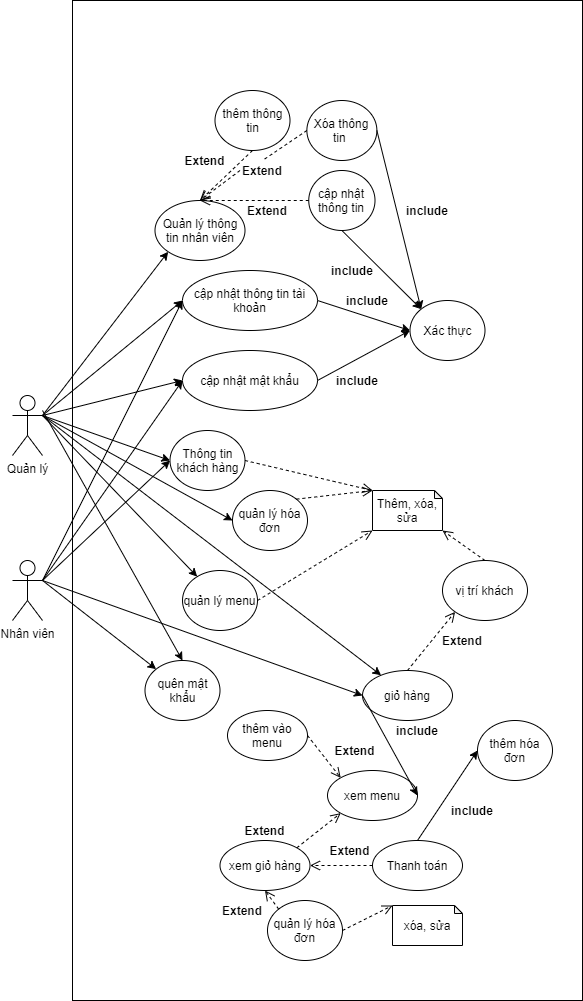
The draw.io diagram Sơ đồ/all.png in 518H0090/FinalProjectAndroid, before a commit. Source tidied: cells renumbered, new cells last; positions are measured from the earlier drawing's top-left corner, leaving out a move shared by most shapes.
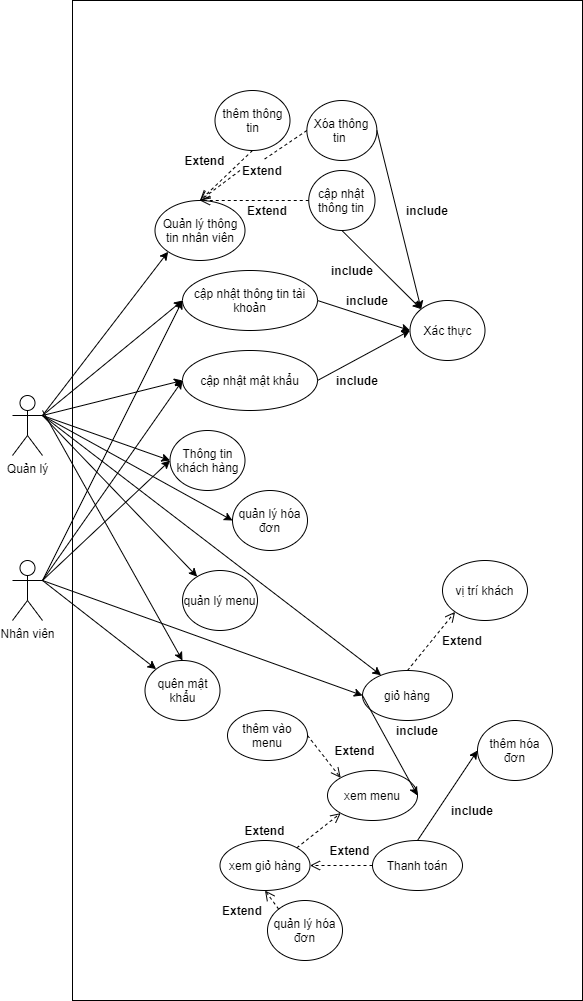
After the change.

Commit message:
mô tả sơ bộ về chức năng

What changed in the source:
```diff
@@ -23,12 +23,6 @@
     <mxCell id="8" style="endArrow=classic;html=1;exitX=1;exitY=0.3333333333333333;exitDx=0;exitDy=0;exitPerimeter=0;" parent="1" edge="1" source="3" target="5">
       <mxGeometry relative="1" as="geometry" />
     </mxCell>
-    <mxCell id="9" style="html=1;verticalAlign=bottom;endArrow=open;dashed=1;endSize=8;entryX=1;entryY=1;entryDx=0;entryDy=0;entryPerimeter=0;exitX=0.5;exitY=0;exitDx=0;exitDy=0;" parent="1" edge="1" source="6" target="60">
-      <mxGeometry relative="1" as="geometry" />
-    </mxCell>
-    <mxCell id="10" style="html=1;verticalAlign=bottom;endArrow=open;dashed=1;endSize=8;entryX=0;entryY=1;entryDx=0;entryDy=0;exitX=1;exitY=0.5;exitDx=0;exitDy=0;entryPerimeter=0;" parent="1" edge="1" source="5" target="60">
-      <mxGeometry relative="1" as="geometry" />
-    </mxCell>
     <mxCell id="11" value="cập nhật thông tin tài khoản" style="ellipse;whiteSpace=wrap;html=1;" parent="1" vertex="1">
       <mxGeometry x="170" y="270" width="135" height="60" as="geometry" />
     </mxCell>
@@ -41,9 +35,6 @@
     <mxCell id="14" value="Thông tin khách hàng" style="ellipse;whiteSpace=wrap;html=1;" parent="1" vertex="1">
       <mxGeometry x="157.5" y="430" width="75" height="60" as="geometry" />
     </mxCell>
-    <mxCell id="15" style="html=1;verticalAlign=bottom;endArrow=open;dashed=1;endSize=8;exitX=1;exitY=0.5;exitDx=0;exitDy=0;entryX=0;entryY=0;entryDx=0;entryDy=0;entryPerimeter=0;" parent="1" edge="1" source="14" target="60">
-      <mxGeometry relative="1" as="geometry" />
-    </mxCell>
     <mxCell id="16" style="endArrow=classic;html=1;exitX=1;exitY=0.3333333333333333;exitDx=0;exitDy=0;exitPerimeter=0;entryX=0;entryY=0.5;entryDx=0;entryDy=0;" parent="1" edge="1" source="3" target="14">
       <mxGeometry relative="1" as="geometry" />
     </mxCell>
@@ -116,11 +107,11 @@
     <mxCell id="39" style="html=1;verticalAlign=bottom;endArrow=open;dashed=1;endSize=8;exitX=0;exitY=0.5;exitDx=0;exitDy=0;entryX=0.5;entryY=0;entryDx=0;entryDy=0;startArrow=none;" parent="1" edge="1" source="44" target="4">
       <mxGeometry relative="1" as="geometry" />
     </mxCell>
-    <mxCell id="40" style="html=1;verticalAlign=bottom;endArrow=open;dashed=1;endSize=8;exitX=0;exitY=0.5;exitDx=0;exitDy=0;" parent="1" edge="1" source="34">
-      <mxGeometry relative="1" as="geometry">
-        <mxPoint x="187.5" y="200" as="targetPoint" />
-      </mxGeometry>
-    </mxCell>
+    <mxCell id="73" style="html=1;verticalAlign=bottom;endArrow=open;dashed=1;endSize=8;exitX=0;exitY=0.5;exitDx=0;exitDy=0;" parent="1" edge="1" source="34">
+      <mxGeometry relative="1" as="geometry">
+        <mxPoint x="187.5" y="200" as="targetPoint" />
+      </mxGeometry>
+    </mxCell>
     <mxCell id="41" style="html=1;verticalAlign=bottom;endArrow=open;dashed=1;endSize=8;exitX=0.5;exitY=1;exitDx=0;exitDy=0;entryX=0.5;entryY=0;entryDx=0;entryDy=0;" parent="1" edge="1" source="32" target="4">
       <mxGeometry relative="1" as="geometry" />
     </mxCell>
@@ -175,32 +166,20 @@
     <mxCell id="58" style="endArrow=classic;html=1;entryX=0;entryY=0.5;entryDx=0;entryDy=0;exitX=1;exitY=0.3333333333333333;exitDx=0;exitDy=0;exitPerimeter=0;" parent="1" edge="1" source="3" target="57">
       <mxGeometry relative="1" as="geometry" />
     </mxCell>
-    <mxCell id="59" style="html=1;verticalAlign=bottom;endArrow=open;dashed=1;endSize=8;entryX=0;entryY=0;entryDx=0;entryDy=0;exitX=1;exitY=0;exitDx=0;exitDy=0;entryPerimeter=0;" parent="1" edge="1" source="57" target="60">
-      <mxGeometry relative="1" as="geometry" />
-    </mxCell>
-    <mxCell id="60" value="Thêm, xóa, sửa" style="shape=note;whiteSpace=wrap;html=1;backgroundOutline=1;darkOpacity=0.05;size=8;" parent="1" vertex="1">
-      <mxGeometry x="360" y="490" width="70" height="40" as="geometry" />
-    </mxCell>
     <mxCell id="61" value="quản lý hóa đơn" style="ellipse;whiteSpace=wrap;html=1;" parent="1" vertex="1">
       <mxGeometry x="255" y="900" width="75" height="60" as="geometry" />
     </mxCell>
-    <mxCell id="62" style="html=1;verticalAlign=bottom;endArrow=open;dashed=1;endSize=8;entryX=0;entryY=0;entryDx=0;entryDy=0;exitX=1;exitY=0.5;exitDx=0;exitDy=0;entryPerimeter=0;" parent="1" edge="1" source="61" target="63">
-      <mxGeometry relative="1" as="geometry" />
-    </mxCell>
-    <mxCell id="63" value="xóa, sửa" style="shape=note;whiteSpace=wrap;html=1;backgroundOutline=1;darkOpacity=0.05;size=8;" parent="1" vertex="1">
-      <mxGeometry x="380" y="905" width="70" height="40" as="geometry" />
-    </mxCell>
     <mxCell id="64" style="html=1;verticalAlign=bottom;endArrow=open;dashed=1;endSize=8;exitX=0;exitY=0;exitDx=0;exitDy=0;entryX=0.5;entryY=1;entryDx=0;entryDy=0;" parent="1" edge="1" source="61" target="52">
       <mxGeometry relative="1" as="geometry" />
     </mxCell>
     <mxCell id="65" value="Extend" style="text;align=center;fontStyle=1;verticalAlign=middle;spacingLeft=3;spacingRight=3;strokeColor=none;" parent="1" vertex="1">
       <mxGeometry x="207.5" y="900" width="45" height="20" as="geometry" />
     </mxCell>
-    <mxCell id="66" style="endArrow=classic;html=1;entryX=0.5;entryY=0;entryDx=0;entryDy=0;" parent="1" edge="1" target="26">
-      <mxGeometry relative="1" as="geometry">
-        <mxPoint x="30" y="410" as="sourcePoint" />
-      </mxGeometry>
-    </mxCell>
+    <mxCell id="74" style="endArrow=classic;html=1;entryX=0.5;entryY=0;entryDx=0;entryDy=0;" parent="1" edge="1" target="26">
+      <mxGeometry relative="1" as="geometry">
+        <mxPoint x="30" y="410" as="sourcePoint" />
+      </mxGeometry>
+    </mxCell>
     <mxCell id="67" value="Nhân viên" style="shape=umlActor;verticalLabelPosition=bottom;verticalAlign=top;html=1;outlineConnect=0;" parent="1" vertex="1">
       <mxGeometry y="560" width="30" height="60" as="geometry" />
     </mxCell>
```
